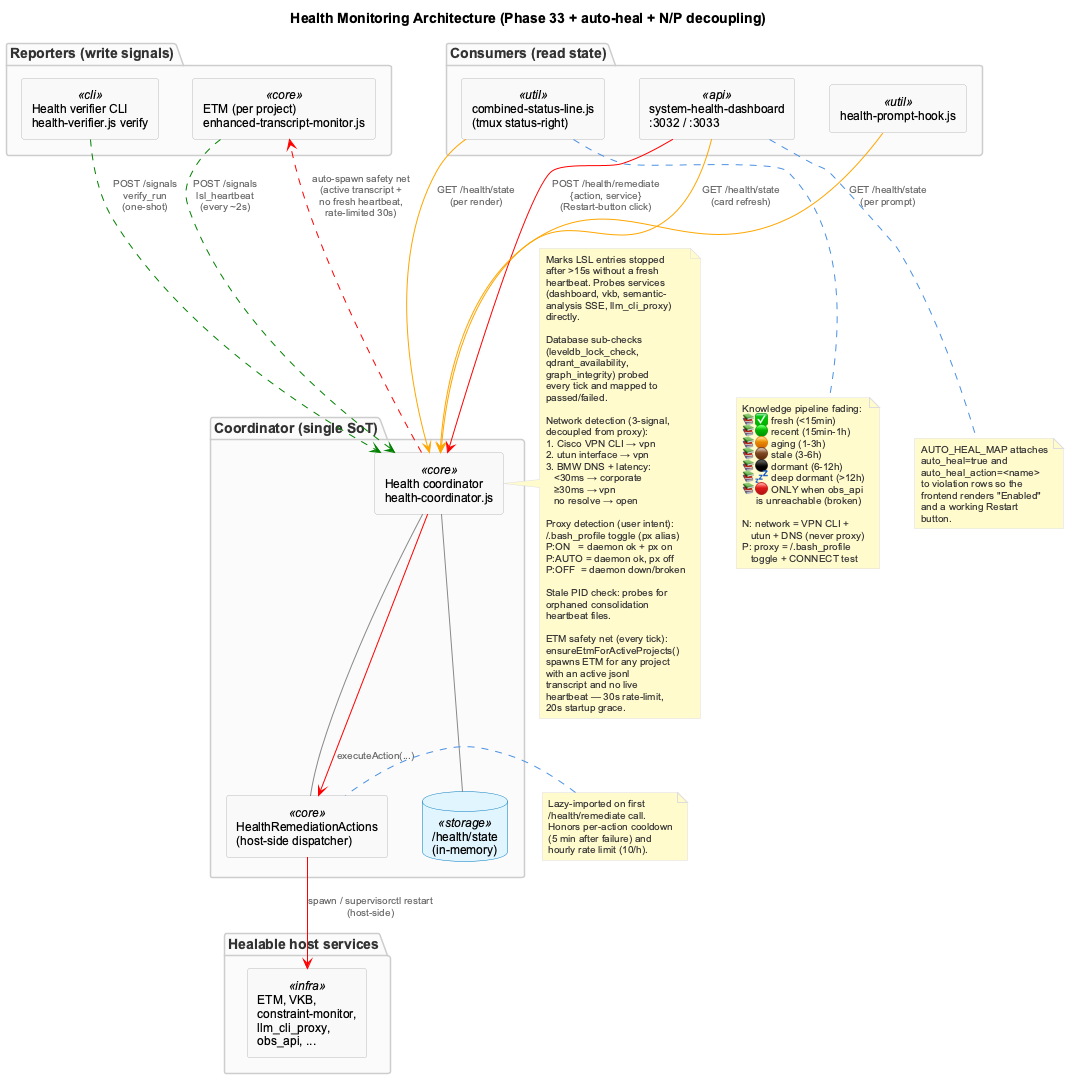
The PlantUML diagram docs/images/health-coordinator-architecture.png in fwornle/coding, before a commit.
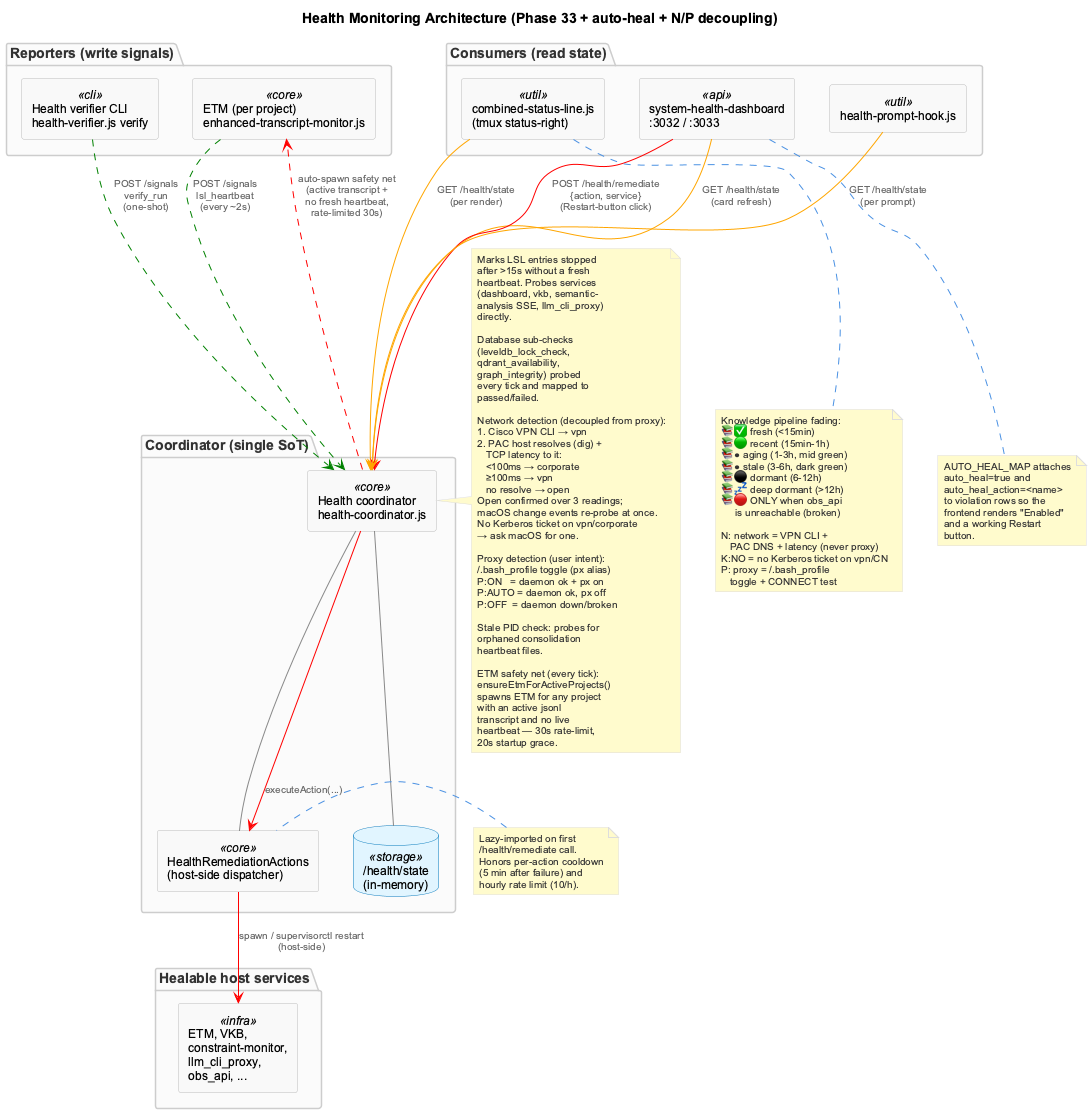
Above is the later version.

The edit, as a diff of the source:
```diff
@@ -55,14 +55,17 @@
   every tick and mapped to
   passed/failed.
 
-  Network detection (3-signal,
-  decoupled from proxy):
+  Network detection (decoupled from proxy):
   1. Cisco VPN CLI → vpn
-  2. utun interface → vpn
-  3. BMW DNS + latency:
-     <30ms → corporate
-     ≥30ms → vpn
+  2. PAC host resolves (dig) +
+     TCP latency to it:
+     <100ms → corporate
+     ≥100ms → vpn
      no resolve → open
+  Open confirmed over 3 readings;
+  macOS change events re-probe at once.
+  No Kerberos ticket on vpn/corporate
+  → ask macOS for one.
 
   Proxy detection (user intent):
   ~/.bash_profile toggle (px alias)
@@ -105,15 +108,16 @@
   Knowledge pipeline fading:
   📚✅ fresh (<15min)
   📚🟢 recent (15min-1h)
-  📚🟠 aging (1-3h)
-  📚🟤 stale (3-6h)
+  📚● aging (1-3h, mid green)
+  📚● stale (3-6h, dark green)
   📚⚫ dormant (6-12h)
   📚💤 deep dormant (>12h)
   📚🔴 ONLY when obs_api
        is unreachable (broken)
 
   N: network = VPN CLI +
-     utun + DNS (never proxy)
+     PAC DNS + latency (never proxy)
+  K:NO = no Kerberos ticket on vpn/CN
   P: proxy = ~/.bash_profile
      toggle + CONNECT test
 end note
```
